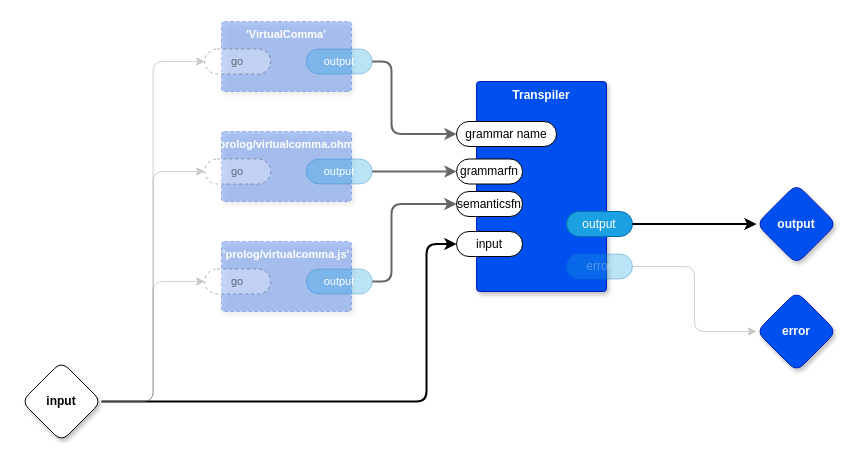
This is page "Insert Virtual Commas" (3 of 11) of loop-syntax.drawio from guitarvydas/loop-syntax, a draw.io file, before an edit. Source tidied: cells renumbered, new cells numbered last; positions are measured from the earlier drawing's top-left corner, leaving out a move shared by most shapes. Both pictures are drawn from the tidied source at 100%, with x=0, y=0 at pixel (21, 21).
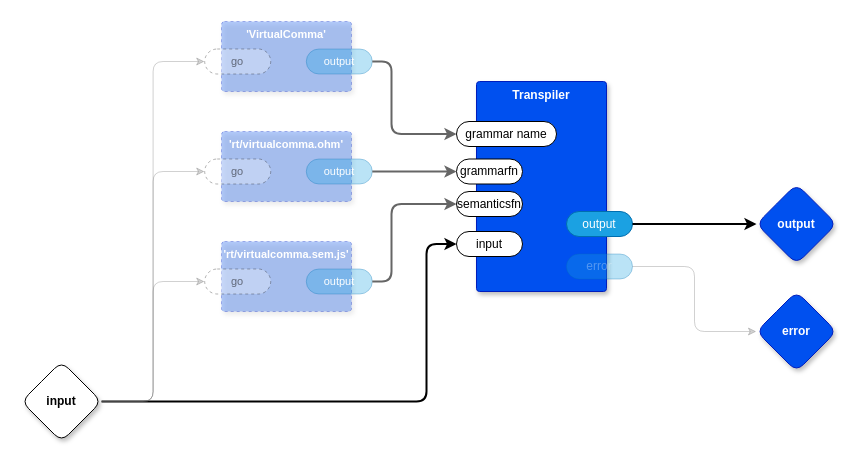
Above is the later version.

The edit, as a diff of the source:
```diff
@@
-    <mxCell id="21" value="'prolog/virtualcomma.ohm'" style="rounded=1;whiteSpace=wrap;html=1;sketch=0;verticalAlign=top;arcSize=6;fontStyle=1;absoluteArcSize=1;shadow=1;strokeColor=#001DBC;fillColor=#0050ef;fontColor=#ffffff;fontFamily=Helvetica;fontSize=11;dashed=1;opacity=30;" parent="1" vertex="1">
+    <mxCell id="21" value="'rt/virtualcomma.ohm'" style="rounded=1;whiteSpace=wrap;html=1;sketch=0;verticalAlign=top;arcSize=6;fontStyle=1;absoluteArcSize=1;shadow=1;strokeColor=#001DBC;fillColor=#0050ef;fontColor=#ffffff;fontFamily=Helvetica;fontSize=11;dashed=1;opacity=30;" parent="1" vertex="1">
       <mxGeometry x="200" y="110" width="130" height="70" as="geometry" />
     </mxCell>
@@
-    <mxCell id="24" value="'prolog/virtualcomma.js'" style="rounded=1;whiteSpace=wrap;html=1;sketch=0;verticalAlign=top;arcSize=6;fontStyle=1;absoluteArcSize=1;shadow=1;strokeColor=#001DBC;fillColor=#0050ef;fontColor=#ffffff;fontFamily=Helvetica;fontSize=11;dashed=1;opacity=30;" parent="1" vertex="1">
+    <mxCell id="24" value="'rt/virtualcomma.sem.js'" style="rounded=1;whiteSpace=wrap;html=1;sketch=0;verticalAlign=top;arcSize=6;fontStyle=1;absoluteArcSize=1;shadow=1;strokeColor=#001DBC;fillColor=#0050ef;fontColor=#ffffff;fontFamily=Helvetica;fontSize=11;dashed=1;opacity=30;" parent="1" vertex="1">
       <mxGeometry x="200" y="220" width="130" height="70" as="geometry" />
     </mxCell>
```
